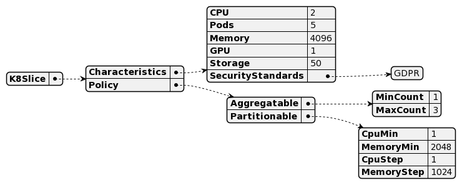
SteGala/REAR-data-models keeps this PlantUML diagram as models/examples/img/flavor-types/k8slice.png. Above is the earlier version. The source it was exported from:
```plantuml
@startjson
{
  "K8Slice": {
    "Characteristics": {
      "CPU": 2,
      "Pods": 5,
      "Memory": 4096,
      "GPU": 1,
      "Storage": 50,
      "SecurityStandards": ["GDPR"]
    },
    "Policy": {
      "Aggregatable": {
        "MinCount": 1,
        "MaxCount": 3
      },
      "Partitionable": {
        "CpuMin": 1,
        "MemoryMin": 2048,
        "CpuStep": 1,
        "MemoryStep": 1024
      }
    }
  }
}
@endjson
```
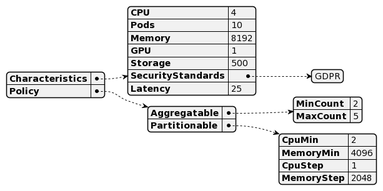
Later version of the same file.

Commit message:
Update K8Slice flavortype

What changed in the source:
```diff
@@ -1,25 +1,24 @@
 @startjson
 {
-  "K8Slice": {
-    "Characteristics": {
-      "CPU": 2,
-      "Pods": 5,
-      "Memory": 4096,
-      "GPU": 1,
-      "Storage": 50,
-      "SecurityStandards": ["GDPR"]
+  "Characteristics": {
+    "CPU": 4,
+    "Pods": 10,
+    "Memory": 8192,
+    "GPU": 1,
+    "Storage": 500,
+    "SecurityStandards": ["GDPR"],
+    "Latency": 25
+  },
+  "Policy": {
+    "Aggregatable": {
+      "MinCount": 2,
+      "MaxCount": 5
     },
-    "Policy": {
-      "Aggregatable": {
-        "MinCount": 1,
-        "MaxCount": 3
-      },
-      "Partitionable": {
-        "CpuMin": 1,
-        "MemoryMin": 2048,
-        "CpuStep": 1,
-        "MemoryStep": 1024
-      }
+    "Partitionable": {
+      "CpuMin": 2,
+      "MemoryMin": 4096,
+      "CpuStep": 1,
+      "MemoryStep": 2048
     }
   }
 }
```
